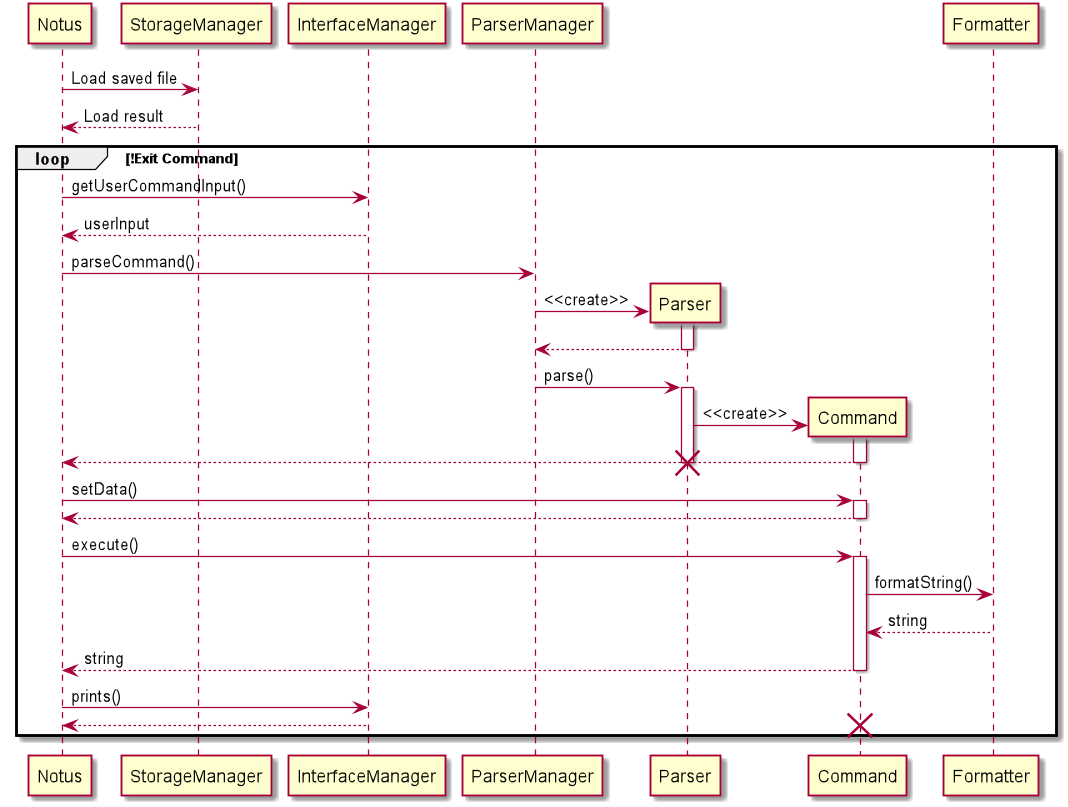
Before: docs/diagrams/out/Notus.png, a diagram exported from PlantUML (nus-cs2113-AY2021S1/tp). Source of this version:
```plantuml
@startuml
Notus -> StorageManager: Load saved file
Notus <-- StorageManager: Load result

loop !Exit Command
Notus -> InterfaceManager: getUserCommandInput()
Notus <-- InterfaceManager: userInput

Notus -> ParserManager: parseCommand()
create Parser
ParserManager -> Parser: <<create>>

activate Parser
ParserManager <-- Parser
deactivate Parser

ParserManager -> Parser: parse()

activate Parser

create Command
Parser -> Command: <<create>>

activate Command
Notus <-- Command:
deactivate Command

deactivate Parser
destroy Parser

Notus -> Command: setData()

activate Command
Notus <-- Command
deactivate Command

Notus -> Command: execute()

activate Command
Command -> Formatter: formatString()
Command <-- Formatter: string
Notus <-- Command: string

deactivate Command

Notus -> InterfaceManager: prints()
Notus <-- InterfaceManager

destroy Command
end

@enduml
```
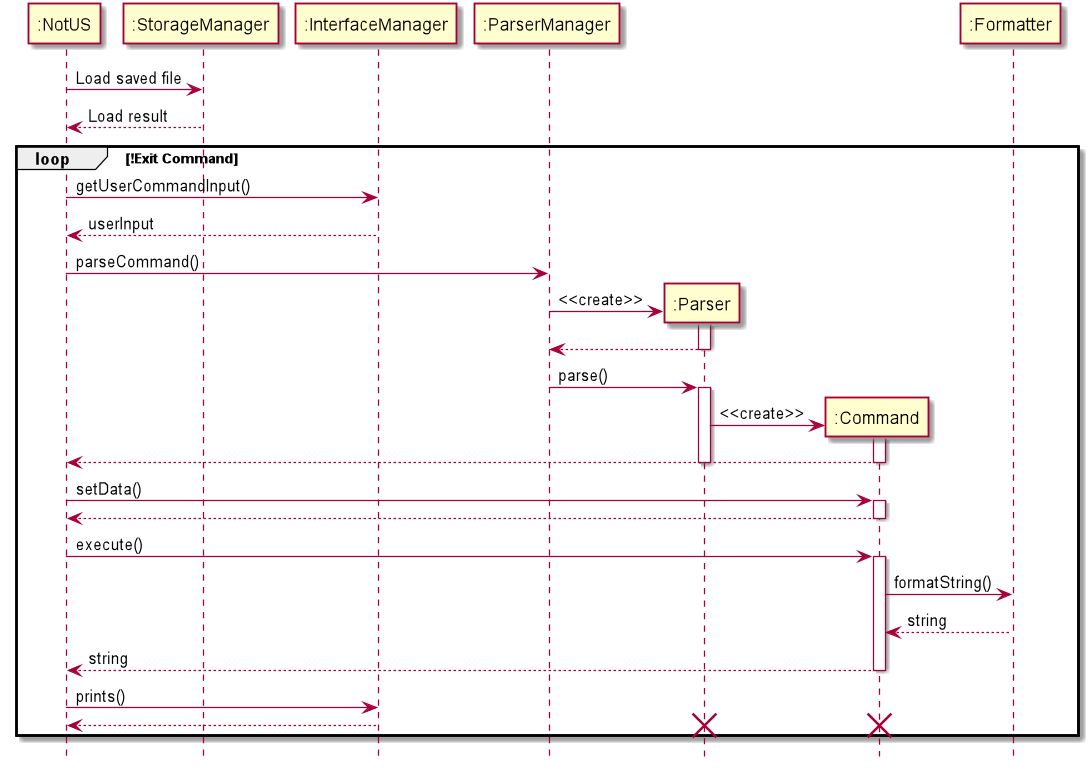
After the change.

The edit, as a diff of the source:
```diff
@@ -1,12 +1,23 @@
 @startuml
-Notus -> StorageManager: Load saved file
-Notus <-- StorageManager: Load result
+
+hide footbox
+
+participant ":NotUS" as NotUS
+participant ":StorageManager" as StorageManager
+participant ":InterfaceManager" as InterfaceManager
+participant ":ParserManager" as ParserManager
+participant ":Parser" as Parser
+participant ":Command" as Command
+participant ":Formatter" as Formatter
+
+NotUS -> StorageManager: Load saved file
+NotUS <-- StorageManager: Load result
 
 loop !Exit Command
-Notus -> InterfaceManager: getUserCommandInput()
-Notus <-- InterfaceManager: userInput
+NotUS -> InterfaceManager: getUserCommandInput()
+NotUS <-- InterfaceManager: userInput
 
-Notus -> ParserManager: parseCommand()
+NotUS -> ParserManager: parseCommand()
 create Parser
 ParserManager -> Parser: <<create>>
 
@@ -22,30 +33,30 @@
 Parser -> Command: <<create>>
 
 activate Command
-Notus <-- Command:
+NotUS <-- Command:
 deactivate Command
 
 deactivate Parser
-destroy Parser
 
-Notus -> Command: setData()
+NotUS -> Command: setData()
 
 activate Command
-Notus <-- Command
+NotUS <-- Command
 deactivate Command
 
-Notus -> Command: execute()
+NotUS -> Command: execute()
 
 activate Command
 Command -> Formatter: formatString()
 Command <-- Formatter: string
-Notus <-- Command: string
+NotUS <-- Command: string
 
 deactivate Command
 
-Notus -> InterfaceManager: prints()
-Notus <-- InterfaceManager
+NotUS -> InterfaceManager: prints()
+NotUS <-- InterfaceManager
 
+destroy Parser
 destroy Command
 end
 
```
